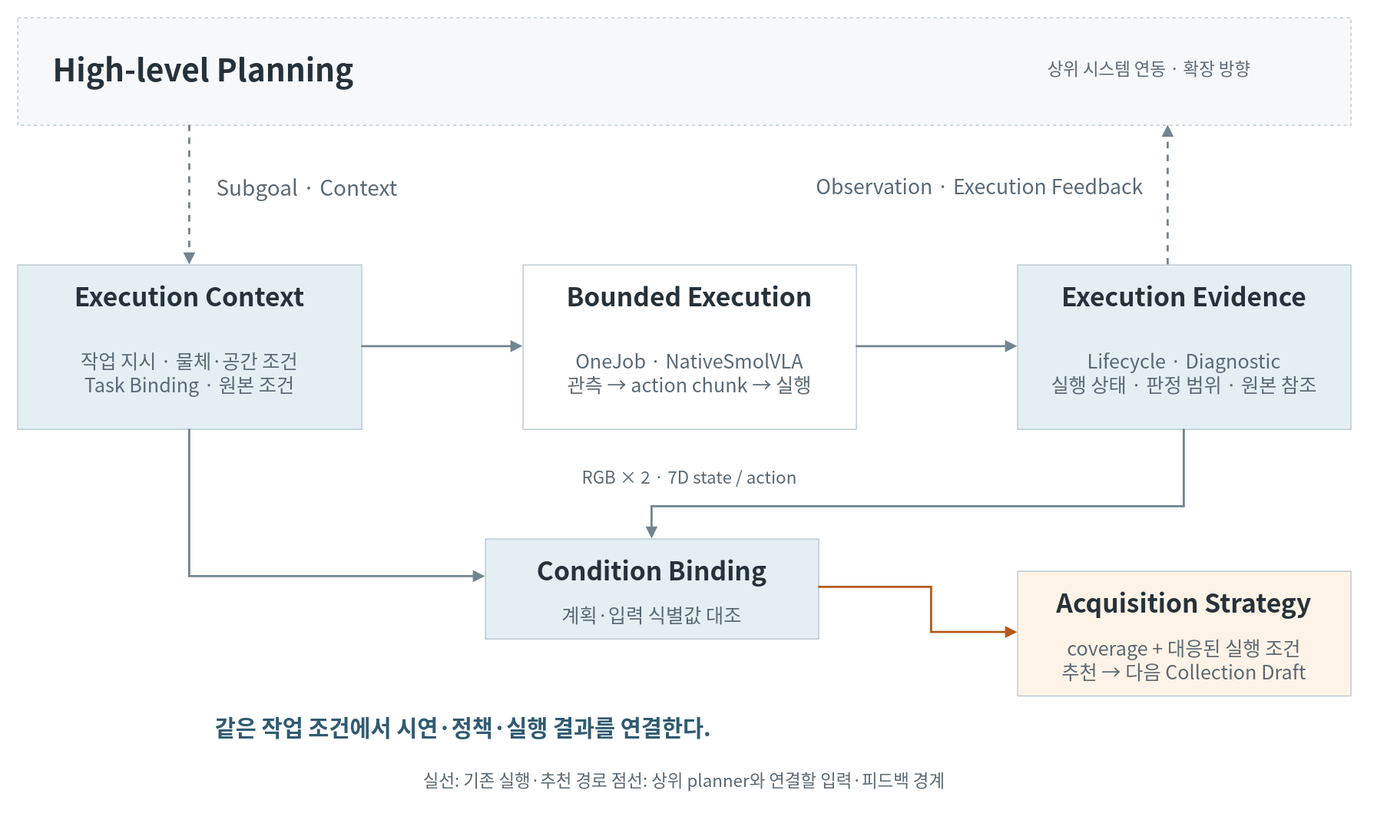
Earlier version of the draw.io export docs/portfolio/task-evidence.drawio.svg (hasemu1211/fr5-lerobot-connector). Source tidied: cells renumbered, new cells last; positions are measured from the earlier drawing's top-left corner, leaving out a move shared by most shapes. Source of this version:
```xml
<mxGraphModel>
  <root>
    <mxCell id="0" />
    <mxCell id="1" parent="0" />
    <mxCell id="2" style="rounded=0;whiteSpace=wrap;html=0;fontFamily=Noto Sans CJK KR;fontColor=#26323b;fontSize=20;fontStyle=0;align=center;verticalAlign=middle;spacing=8;fillColor=#f6f8f9;strokeColor=#b7c8d1;dashed=1;" parent="1" vertex="1">
      <mxGeometry width="1240" height="100" as="geometry" />
    </mxCell>
    <mxCell id="3" value="High-level Planning" style="rounded=0;whiteSpace=wrap;html=0;fontFamily=Noto Sans CJK KR;fontColor=#26323b;fontSize=29;fontStyle=1;align=center;verticalAlign=middle;spacing=8;fillColor=none;strokeColor=none;align=left;" parent="1" vertex="1">
      <mxGeometry x="25" y="22" width="830" height="50" as="geometry" />
    </mxCell>
    <mxCell id="4" value="상위 시스템 연동 · 확장 방향" style="rounded=0;whiteSpace=wrap;html=0;fontFamily=Noto Sans CJK KR;fontColor=#596975;fontSize=16;fontStyle=0;align=center;verticalAlign=middle;spacing=8;fillColor=none;strokeColor=none;" parent="1" vertex="1">
      <mxGeometry x="885" y="23" width="335" height="48" as="geometry" />
    </mxCell>
    <mxCell id="5" style="edgeStyle=none;rounded=0;strokeWidth=2;strokeColor=#718591;endArrow=block;endFill=1;dashed=1;" parent="1" edge="1">
      <mxGeometry relative="1" as="geometry">
        <mxPoint x="160" y="100" as="sourcePoint" />
        <mxPoint x="160" y="230" as="targetPoint" />
      </mxGeometry>
    </mxCell>
    <mxCell id="6" value="Subgoal · Context" style="rounded=0;whiteSpace=wrap;html=0;fontFamily=Noto Sans CJK KR;fontColor=#596975;fontSize=20;fontStyle=0;align=center;verticalAlign=middle;spacing=8;fillColor=none;strokeColor=none;align=left;" parent="1" vertex="1">
      <mxGeometry x="177" y="138" width="280" height="38" as="geometry" />
    </mxCell>
    <mxCell id="7" style="edgeStyle=none;rounded=0;strokeWidth=2;strokeColor=#718591;endArrow=block;endFill=1;dashed=1;" parent="1" edge="1">
      <mxGeometry relative="1" as="geometry">
        <mxPoint x="1070" y="230" as="sourcePoint" />
        <mxPoint x="1070" y="100" as="targetPoint" />
      </mxGeometry>
    </mxCell>
    <mxCell id="8" value="Observation · Execution Feedback" style="rounded=0;whiteSpace=wrap;html=0;fontFamily=Noto Sans CJK KR;fontColor=#596975;fontSize=19;fontStyle=0;align=center;verticalAlign=middle;spacing=8;fillColor=none;strokeColor=none;align=right;" parent="1" vertex="1">
      <mxGeometry x="685" y="138" width="370" height="38" as="geometry" />
    </mxCell>
    <mxCell id="9" style="rounded=0;whiteSpace=wrap;html=0;fontFamily=Noto Sans CJK KR;fontColor=#26323b;fontSize=20;fontStyle=0;align=center;verticalAlign=middle;spacing=8;fillColor=#e4eff4;strokeColor=#b7c8d1;" parent="1" vertex="1">
      <mxGeometry y="230" width="320" height="153" as="geometry" />
    </mxCell>
    <mxCell id="10" value="Execution Context" style="rounded=0;whiteSpace=wrap;html=0;fontFamily=Noto Sans CJK KR;fontColor=#26323b;fontSize=24;fontStyle=1;align=center;verticalAlign=middle;spacing=8;fillColor=none;strokeColor=none;" parent="1" vertex="1">
      <mxGeometry x="6" y="240" width="308" height="38" as="geometry" />
    </mxCell>
    <mxCell id="11" value="작업 지시 · 물체·공간 조건&#10;Task Binding · 원본 조건" style="rounded=0;whiteSpace=wrap;html=0;fontFamily=Noto Sans CJK KR;fontColor=#596975;fontSize=18;fontStyle=0;align=center;verticalAlign=middle;spacing=8;fillColor=none;strokeColor=none;" parent="1" vertex="1">
      <mxGeometry x="6" y="284" width="308" height="92" as="geometry" />
    </mxCell>
    <mxCell id="12" style="rounded=0;whiteSpace=wrap;html=0;fontFamily=Noto Sans CJK KR;fontColor=#26323b;fontSize=20;fontStyle=0;align=center;verticalAlign=middle;spacing=8;fillColor=#ffffff;strokeColor=#b7c8d1;" parent="1" vertex="1">
      <mxGeometry x="470" y="230" width="310" height="153" as="geometry" />
    </mxCell>
    <mxCell id="13" value="Bounded Execution" style="rounded=0;whiteSpace=wrap;html=0;fontFamily=Noto Sans CJK KR;fontColor=#26323b;fontSize=24;fontStyle=1;align=center;verticalAlign=middle;spacing=8;fillColor=none;strokeColor=none;" parent="1" vertex="1">
      <mxGeometry x="476" y="240" width="298" height="38" as="geometry" />
    </mxCell>
    <mxCell id="14" value="OneJob · NativeSmolVLA&#10;관측 → action chunk → 실행" style="rounded=0;whiteSpace=wrap;html=0;fontFamily=Noto Sans CJK KR;fontColor=#596975;fontSize=18;fontStyle=0;align=center;verticalAlign=middle;spacing=8;fillColor=none;strokeColor=none;" parent="1" vertex="1">
      <mxGeometry x="476" y="284" width="298" height="92" as="geometry" />
    </mxCell>
    <mxCell id="15" style="rounded=0;whiteSpace=wrap;html=0;fontFamily=Noto Sans CJK KR;fontColor=#26323b;fontSize=20;fontStyle=0;align=center;verticalAlign=middle;spacing=8;fillColor=#e4eff4;strokeColor=#b7c8d1;" parent="1" vertex="1">
      <mxGeometry x="930" y="230" width="310" height="153" as="geometry" />
    </mxCell>
    <mxCell id="16" value="Execution Evidence" style="rounded=0;whiteSpace=wrap;html=0;fontFamily=Noto Sans CJK KR;fontColor=#26323b;fontSize=24;fontStyle=1;align=center;verticalAlign=middle;spacing=8;fillColor=none;strokeColor=none;" parent="1" vertex="1">
      <mxGeometry x="936" y="240" width="298" height="38" as="geometry" />
    </mxCell>
    <mxCell id="17" value="Lifecycle · Diagnostic&#10;실행 상태 · 판정 범위 · 원본 참조" style="rounded=0;whiteSpace=wrap;html=0;fontFamily=Noto Sans CJK KR;fontColor=#596975;fontSize=18;fontStyle=0;align=center;verticalAlign=middle;spacing=8;fillColor=none;strokeColor=none;" parent="1" vertex="1">
      <mxGeometry x="936" y="284" width="298" height="92" as="geometry" />
    </mxCell>
    <mxCell id="18" style="edgeStyle=none;rounded=0;strokeWidth=2;strokeColor=#718591;endArrow=block;endFill=1;dashed=0;" parent="1" edge="1">
      <mxGeometry relative="1" as="geometry">
        <mxPoint x="320" y="306" as="sourcePoint" />
        <mxPoint x="470" y="306" as="targetPoint" />
      </mxGeometry>
    </mxCell>
    <mxCell id="19" style="edgeStyle=none;rounded=0;strokeWidth=2;strokeColor=#718591;endArrow=block;endFill=1;dashed=0;" parent="1" edge="1">
      <mxGeometry relative="1" as="geometry">
        <mxPoint x="780" y="306" as="sourcePoint" />
        <mxPoint x="930" y="306" as="targetPoint" />
      </mxGeometry>
    </mxCell>
    <mxCell id="20" value="RGB × 2 · 7D state / action" style="rounded=0;whiteSpace=wrap;html=0;fontFamily=Noto Sans CJK KR;fontColor=#596975;fontSize=16;fontStyle=0;align=center;verticalAlign=middle;spacing=8;fillColor=none;strokeColor=none;" parent="1" vertex="1">
      <mxGeometry x="475" y="408" width="300" height="37" as="geometry" />
    </mxCell>
    <mxCell id="21" style="edgeStyle=none;rounded=0;strokeWidth=2;strokeColor=#718591;endArrow=block;endFill=1;dashed=0;" parent="1" edge="1">
      <mxGeometry relative="1" as="geometry">
        <mxPoint x="160" y="383" as="sourcePoint" />
        <mxPoint x="435" y="520" as="targetPoint" />
        <Array as="points">
          <mxPoint x="160" y="520" />
        </Array>
      </mxGeometry>
    </mxCell>
    <mxCell id="22" style="edgeStyle=none;rounded=0;strokeWidth=2;strokeColor=#718591;endArrow=block;endFill=1;dashed=0;" parent="1" edge="1">
      <mxGeometry relative="1" as="geometry">
        <mxPoint x="1085" y="383" as="sourcePoint" />
        <mxPoint x="590" y="485" as="targetPoint" />
        <Array as="points">
          <mxPoint x="1085" y="455" />
          <mxPoint x="590" y="455" />
        </Array>
      </mxGeometry>
    </mxCell>
    <mxCell id="23" style="rounded=0;whiteSpace=wrap;html=0;fontFamily=Noto Sans CJK KR;fontColor=#26323b;fontSize=20;fontStyle=0;align=center;verticalAlign=middle;spacing=8;fillColor=#e4eff4;strokeColor=#b7c8d1;" parent="1" vertex="1">
      <mxGeometry x="435" y="485" width="310" height="93" as="geometry" />
    </mxCell>
    <mxCell id="24" value="Condition Binding" style="rounded=0;whiteSpace=wrap;html=0;fontFamily=Noto Sans CJK KR;fontColor=#26323b;fontSize=24;fontStyle=1;align=center;verticalAlign=middle;spacing=8;fillColor=none;strokeColor=none;" parent="1" vertex="1">
      <mxGeometry x="441" y="495" width="298" height="38" as="geometry" />
    </mxCell>
    <mxCell id="25" value="계획·입력 식별값 대조" style="rounded=0;whiteSpace=wrap;html=0;fontFamily=Noto Sans CJK KR;fontColor=#596975;fontSize=18;fontStyle=0;align=center;verticalAlign=middle;spacing=8;fillColor=none;strokeColor=none;" parent="1" vertex="1">
      <mxGeometry x="441" y="539" width="298" height="32" as="geometry" />
    </mxCell>
    <mxCell id="26" style="rounded=0;whiteSpace=wrap;html=0;fontFamily=Noto Sans CJK KR;fontColor=#26323b;fontSize=20;fontStyle=0;align=center;verticalAlign=middle;spacing=8;fillColor=#fff3e7;strokeColor=#b7c8d1;" parent="1" vertex="1">
      <mxGeometry x="930" y="515" width="310" height="116" as="geometry" />
    </mxCell>
    <mxCell id="27" value="Acquisition Strategy" style="rounded=0;whiteSpace=wrap;html=0;fontFamily=Noto Sans CJK KR;fontColor=#26323b;fontSize=24;fontStyle=1;align=center;verticalAlign=middle;spacing=8;fillColor=none;strokeColor=none;" parent="1" vertex="1">
      <mxGeometry x="936" y="525" width="298" height="38" as="geometry" />
    </mxCell>
    <mxCell id="28" value="coverage + 대응된 실행 조건&#10;추천 → 다음 Collection Draft" style="rounded=0;whiteSpace=wrap;html=0;fontFamily=Noto Sans CJK KR;fontColor=#596975;fontSize=18;fontStyle=0;align=center;verticalAlign=middle;spacing=8;fillColor=none;strokeColor=none;" parent="1" vertex="1">
      <mxGeometry x="936" y="569" width="298" height="55" as="geometry" />
    </mxCell>
    <mxCell id="29" style="edgeStyle=none;rounded=0;strokeWidth=2;strokeColor=#b75a17;endArrow=block;endFill=1;dashed=0;" parent="1" edge="1">
      <mxGeometry relative="1" as="geometry">
        <mxPoint x="745" y="530" as="sourcePoint" />
        <mxPoint x="930" y="572" as="targetPoint" />
        <Array as="points">
          <mxPoint x="850" y="530" />
          <mxPoint x="850" y="572" />
        </Array>
      </mxGeometry>
    </mxCell>
    <mxCell id="30" value="같은 작업 조건에서 시연·정책·실행 결과를 연결한다." style="rounded=0;whiteSpace=wrap;html=0;fontFamily=Noto Sans CJK KR;fontColor=#305b72;fontSize=21;fontStyle=1;align=center;verticalAlign=middle;spacing=8;fillColor=none;strokeColor=none;" parent="1" vertex="1">
      <mxGeometry x="1" y="633" width="827" height="54" as="geometry" />
    </mxCell>
    <mxCell id="31" value="실선: 기존 실행·추천 경로    점선: 상위 planner와 연결할 입력·피드백 경계" style="rounded=0;whiteSpace=wrap;html=0;fontFamily=Noto Sans CJK KR;fontColor=#596975;fontSize=16;fontStyle=0;align=center;verticalAlign=middle;spacing=8;fillColor=none;strokeColor=none;" parent="1" vertex="1">
      <mxGeometry x="20" y="693" width="1200" height="32" as="geometry" />
    </mxCell>
  </root>
</mxGraphModel>
```
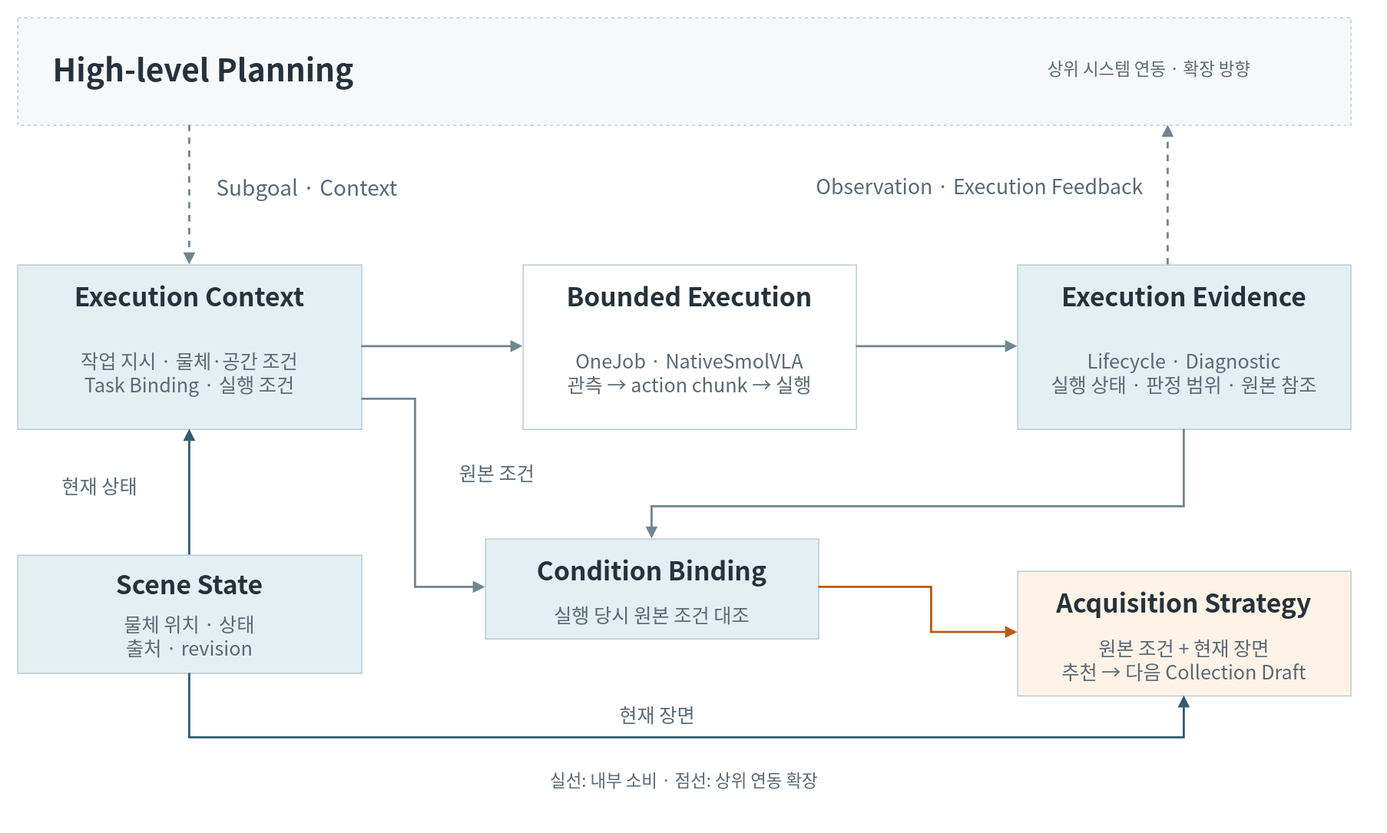
After the change.

Commit message:
Explain data selection and scene context without retiring current contracts

The edit, as a diff of the source:
```diff
@@ -35,7 +35,7 @@
     <mxCell id="10" value="Execution Context" style="rounded=0;whiteSpace=wrap;html=0;fontFamily=Noto Sans CJK KR;fontColor=#26323b;fontSize=24;fontStyle=1;align=center;verticalAlign=middle;spacing=8;fillColor=none;strokeColor=none;" parent="1" vertex="1">
       <mxGeometry x="6" y="240" width="308" height="38" as="geometry" />
     </mxCell>
-    <mxCell id="11" value="작업 지시 · 물체·공간 조건&#10;Task Binding · 원본 조건" style="rounded=0;whiteSpace=wrap;html=0;fontFamily=Noto Sans CJK KR;fontColor=#596975;fontSize=18;fontStyle=0;align=center;verticalAlign=middle;spacing=8;fillColor=none;strokeColor=none;" parent="1" vertex="1">
+    <mxCell id="11" value="작업 지시 · 물체·공간 조건&#10;Task Binding · 실행 조건" style="rounded=0;whiteSpace=wrap;html=0;fontFamily=Noto Sans CJK KR;fontColor=#596975;fontSize=18;fontStyle=0;align=center;verticalAlign=middle;spacing=8;fillColor=none;strokeColor=none;" parent="1" vertex="1">
       <mxGeometry x="6" y="284" width="308" height="92" as="geometry" />
     </mxCell>
     <mxCell id="12" style="rounded=0;whiteSpace=wrap;html=0;fontFamily=Noto Sans CJK KR;fontColor=#26323b;fontSize=20;fontStyle=0;align=center;verticalAlign=middle;spacing=8;fillColor=#ffffff;strokeColor=#b7c8d1;" parent="1" vertex="1">
@@ -68,15 +68,13 @@
         <mxPoint x="930" y="306" as="targetPoint" />
       </mxGeometry>
     </mxCell>
-    <mxCell id="20" value="RGB × 2 · 7D state / action" style="rounded=0;whiteSpace=wrap;html=0;fontFamily=Noto Sans CJK KR;fontColor=#596975;fontSize=16;fontStyle=0;align=center;verticalAlign=middle;spacing=8;fillColor=none;strokeColor=none;" parent="1" vertex="1">
-      <mxGeometry x="475" y="408" width="300" height="37" as="geometry" />
-    </mxCell>
     <mxCell id="21" style="edgeStyle=none;rounded=0;strokeWidth=2;strokeColor=#718591;endArrow=block;endFill=1;dashed=0;" parent="1" edge="1">
       <mxGeometry relative="1" as="geometry">
-        <mxPoint x="160" y="383" as="sourcePoint" />
-        <mxPoint x="435" y="520" as="targetPoint" />
+        <mxPoint x="320" y="355" as="sourcePoint" />
+        <mxPoint x="435" y="530" as="targetPoint" />
         <Array as="points">
-          <mxPoint x="160" y="520" />
+          <mxPoint x="370" y="355" />
+          <mxPoint x="370" y="530" />
         </Array>
       </mxGeometry>
     </mxCell>
@@ -96,7 +94,7 @@
     <mxCell id="24" value="Condition Binding" style="rounded=0;whiteSpace=wrap;html=0;fontFamily=Noto Sans CJK KR;fontColor=#26323b;fontSize=24;fontStyle=1;align=center;verticalAlign=middle;spacing=8;fillColor=none;strokeColor=none;" parent="1" vertex="1">
       <mxGeometry x="441" y="495" width="298" height="38" as="geometry" />
     </mxCell>
-    <mxCell id="25" value="계획·입력 식별값 대조" style="rounded=0;whiteSpace=wrap;html=0;fontFamily=Noto Sans CJK KR;fontColor=#596975;fontSize=18;fontStyle=0;align=center;verticalAlign=middle;spacing=8;fillColor=none;strokeColor=none;" parent="1" vertex="1">
+    <mxCell id="25" value="실행 당시 원본 조건 대조" style="rounded=0;whiteSpace=wrap;html=0;fontFamily=Noto Sans CJK KR;fontColor=#596975;fontSize=18;fontStyle=0;align=center;verticalAlign=middle;spacing=8;fillColor=none;strokeColor=none;" parent="1" vertex="1">
       <mxGeometry x="441" y="539" width="298" height="32" as="geometry" />
     </mxCell>
     <mxCell id="26" style="rounded=0;whiteSpace=wrap;html=0;fontFamily=Noto Sans CJK KR;fontColor=#26323b;fontSize=20;fontStyle=0;align=center;verticalAlign=middle;spacing=8;fillColor=#fff3e7;strokeColor=#b7c8d1;" parent="1" vertex="1">
@@ -105,7 +103,7 @@
     <mxCell id="27" value="Acquisition Strategy" style="rounded=0;whiteSpace=wrap;html=0;fontFamily=Noto Sans CJK KR;fontColor=#26323b;fontSize=24;fontStyle=1;align=center;verticalAlign=middle;spacing=8;fillColor=none;strokeColor=none;" parent="1" vertex="1">
       <mxGeometry x="936" y="525" width="298" height="38" as="geometry" />
     </mxCell>
-    <mxCell id="28" value="coverage + 대응된 실행 조건&#10;추천 → 다음 Collection Draft" style="rounded=0;whiteSpace=wrap;html=0;fontFamily=Noto Sans CJK KR;fontColor=#596975;fontSize=18;fontStyle=0;align=center;verticalAlign=middle;spacing=8;fillColor=none;strokeColor=none;" parent="1" vertex="1">
+    <mxCell id="28" value="원본 조건 + 현재 장면&#10;추천 → 다음 Collection Draft" style="rounded=0;whiteSpace=wrap;html=0;fontFamily=Noto Sans CJK KR;fontColor=#596975;fontSize=18;fontStyle=0;align=center;verticalAlign=middle;spacing=8;fillColor=none;strokeColor=none;" parent="1" vertex="1">
       <mxGeometry x="936" y="569" width="298" height="55" as="geometry" />
     </mxCell>
     <mxCell id="29" style="edgeStyle=none;rounded=0;strokeWidth=2;strokeColor=#b75a17;endArrow=block;endFill=1;dashed=0;" parent="1" edge="1">
@@ -118,11 +116,42 @@
         </Array>
       </mxGeometry>
     </mxCell>
-    <mxCell id="30" value="같은 작업 조건에서 시연·정책·실행 결과를 연결한다." style="rounded=0;whiteSpace=wrap;html=0;fontFamily=Noto Sans CJK KR;fontColor=#305b72;fontSize=21;fontStyle=1;align=center;verticalAlign=middle;spacing=8;fillColor=none;strokeColor=none;" parent="1" vertex="1">
-      <mxGeometry x="1" y="633" width="827" height="54" as="geometry" />
-    </mxCell>
-    <mxCell id="31" value="실선: 기존 실행·추천 경로    점선: 상위 planner와 연결할 입력·피드백 경계" style="rounded=0;whiteSpace=wrap;html=0;fontFamily=Noto Sans CJK KR;fontColor=#596975;fontSize=16;fontStyle=0;align=center;verticalAlign=middle;spacing=8;fillColor=none;strokeColor=none;" parent="1" vertex="1">
+    <mxCell id="31" value="실선: 내부 소비 · 점선: 상위 연동 확장" style="rounded=0;whiteSpace=wrap;html=0;fontFamily=Noto Sans CJK KR;fontColor=#596975;fontSize=16;fontStyle=0;align=center;verticalAlign=middle;spacing=8;fillColor=none;strokeColor=none;" parent="1" vertex="1">
       <mxGeometry x="20" y="693" width="1200" height="32" as="geometry" />
     </mxCell>
+    <mxCell id="32" style="rounded=0;whiteSpace=wrap;html=0;fontFamily=Noto Sans CJK KR;fontColor=#26323b;fontSize=20;fontStyle=0;align=center;verticalAlign=middle;spacing=8;fillColor=#e4eff4;strokeColor=#b7c8d1;" parent="1" vertex="1">
+      <mxGeometry y="500" width="320" height="110" as="geometry" />
+    </mxCell>
+    <mxCell id="33" value="Scene State" style="rounded=0;whiteSpace=wrap;html=0;fontFamily=Noto Sans CJK KR;fontColor=#26323b;fontSize=24;fontStyle=1;align=center;verticalAlign=middle;spacing=8;fillColor=none;strokeColor=none;" parent="1" vertex="1">
+      <mxGeometry x="6" y="508" width="308" height="38" as="geometry" />
+    </mxCell>
+    <mxCell id="34" value="물체 위치 · 상태&#10;출처 · revision" style="rounded=0;whiteSpace=wrap;html=0;fontFamily=Noto Sans CJK KR;fontColor=#596975;fontSize=18;fontStyle=0;align=center;verticalAlign=middle;spacing=8;fillColor=none;strokeColor=none;" parent="1" vertex="1">
+      <mxGeometry x="6" y="549" width="308" height="52" as="geometry" />
+    </mxCell>
+    <mxCell id="35" value="현재 상태" style="rounded=0;whiteSpace=wrap;html=0;fontFamily=Noto Sans CJK KR;fontColor=#596975;fontSize=18;fontStyle=0;align=center;verticalAlign=middle;spacing=8;fillColor=none;strokeColor=none;" parent="1" vertex="1">
+      <mxGeometry x="8" y="418" width="137" height="34" as="geometry" />
+    </mxCell>
+    <mxCell id="36" value="원본 조건" style="rounded=0;whiteSpace=wrap;html=0;fontFamily=Noto Sans CJK KR;fontColor=#596975;fontSize=18;fontStyle=0;align=center;verticalAlign=middle;spacing=8;fillColor=none;strokeColor=none;" parent="1" vertex="1">
+      <mxGeometry x="380" y="406" width="132" height="34" as="geometry" />
+    </mxCell>
+    <mxCell id="37" value="현재 장면" style="rounded=0;whiteSpace=wrap;html=0;fontFamily=Noto Sans CJK KR;fontColor=#596975;fontSize=18;fontStyle=0;align=center;verticalAlign=middle;spacing=8;fillColor=none;strokeColor=none;" parent="1" vertex="1">
+      <mxGeometry x="455" y="632" width="280" height="32" as="geometry" />
+    </mxCell>
+    <mxCell id="38" style="edgeStyle=none;rounded=0;strokeWidth=2;strokeColor=#305b72;endArrow=block;endFill=1;dashed=0;" parent="1" edge="1">
+      <mxGeometry relative="1" as="geometry">
+        <mxPoint x="160" y="500" as="sourcePoint" />
+        <mxPoint x="160" y="383" as="targetPoint" />
+      </mxGeometry>
+    </mxCell>
+    <mxCell id="39" style="edgeStyle=none;rounded=0;strokeWidth=2;strokeColor=#305b72;endArrow=block;endFill=1;dashed=0;" parent="1" edge="1">
+      <mxGeometry relative="1" as="geometry">
+        <mxPoint x="160" y="610" as="sourcePoint" />
+        <mxPoint x="1085" y="631" as="targetPoint" />
+        <Array as="points">
+          <mxPoint x="160" y="670" />
+          <mxPoint x="1085" y="670" />
+        </Array>
+      </mxGeometry>
+    </mxCell>
   </root>
 </mxGraphModel>
```
